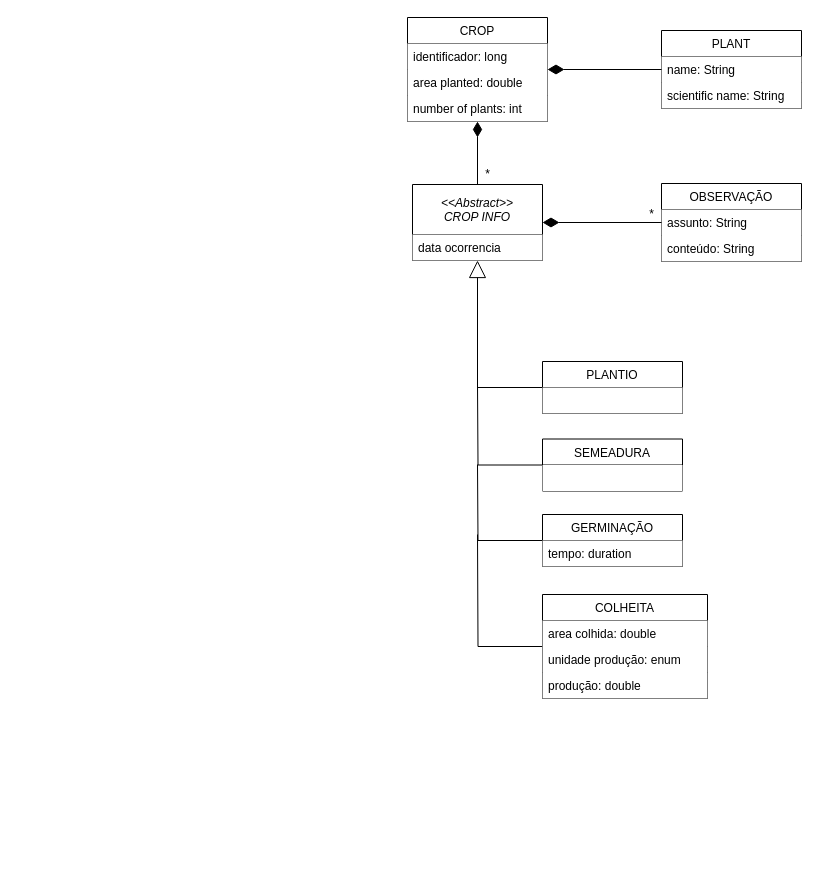
DenisJulio/crop-info-management-system keeps this draw.io diagram as page "UML" (2 of 3) of concept/plantation.drawio. Above is the earlier version. Source tidied: cells renumbered, new cells numbered last; positions are measured from the earlier drawing's top-left corner, leaving out a move shared by most shapes. Both pictures are drawn from the tidied source at 100%, with x=0, y=0 at pixel (407, 17).
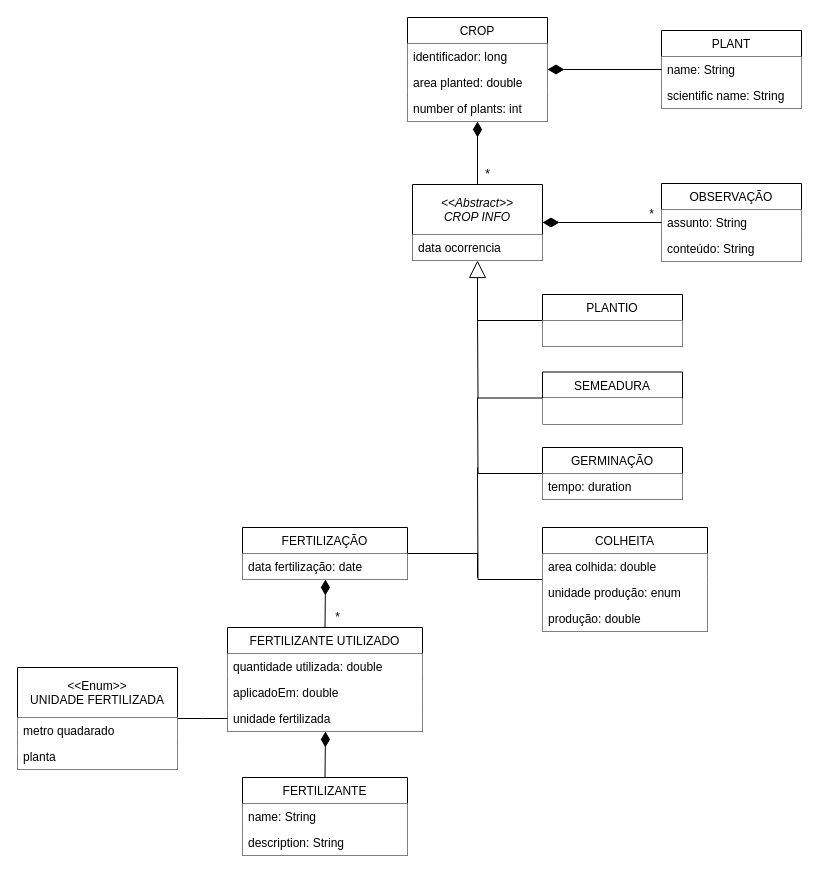
Above is the later version.

Diff of the diagram source:
```diff
@@
     <mxCell id="18" value="PLANTIO" style="swimlane;fontStyle=0;horizontal=1;startSize=26;fillColor=default;swimlaneHead=1;swimlaneBody=1;fixDash=0;movableLabel=0;comic=0;overflow=visible;strokeOpacity=100;fillOpacity=100;arcSize=15;" parent="1" vertex="1">
-      <mxGeometry x="135" y="344" width="140" height="52" as="geometry" />
+      <mxGeometry x="135" y="277" width="140" height="52" as="geometry" />
     </mxCell>
@@
     <mxCell id="20" style="edgeStyle=orthogonalEdgeStyle;rounded=0;jumpSize=6;jettySize=auto;html=1;exitX=0;exitY=0.5;exitDx=0;exitDy=0;startArrow=none;startFill=0;endArrow=none;endFill=0;startSize=14;endSize=15;sourcePerimeterSpacing=0;targetPerimeterSpacing=0;strokeWidth=1;" parent="1" edge="1" source="21">
       <mxGeometry relative="1" as="geometry">
-        <mxPoint x="70" y="367" as="targetPoint" />
+        <mxPoint x="70" y="300" as="targetPoint" />
       </mxGeometry>
     </mxCell>
     <mxCell id="21" value="SEMEADURA" style="swimlane;fontStyle=0;horizontal=1;startSize=26;fillColor=default;swimlaneHead=1;swimlaneBody=1;fixDash=0;movableLabel=0;comic=0;overflow=visible;strokeOpacity=100;fillOpacity=100;arcSize=15;" parent="1" vertex="1">
-      <mxGeometry x="135" y="421.5" width="140" height="52" as="geometry" />
+      <mxGeometry x="135" y="354.5" width="140" height="52" as="geometry" />
     </mxCell>
@@
     <mxCell id="23" style="edgeStyle=orthogonalEdgeStyle;rounded=0;jumpSize=6;jettySize=auto;html=1;exitX=0;exitY=0.5;exitDx=0;exitDy=0;startArrow=none;startFill=0;endArrow=none;endFill=0;startSize=14;endSize=15;sourcePerimeterSpacing=0;targetPerimeterSpacing=0;strokeWidth=1;" parent="1" edge="1" source="24">
       <mxGeometry relative="1" as="geometry">
-        <mxPoint x="70" y="447" as="targetPoint" />
+        <mxPoint x="70" y="380" as="targetPoint" />
       </mxGeometry>
     </mxCell>
     <mxCell id="24" value="GERMINAÇÃO" style="swimlane;fontStyle=0;horizontal=1;startSize=26;fillColor=default;swimlaneHead=1;swimlaneBody=1;fixDash=0;movableLabel=0;comic=0;overflow=visible;strokeOpacity=100;fillOpacity=100;arcSize=15;" parent="1" vertex="1">
-      <mxGeometry x="135" y="497" width="140" height="52" as="geometry" />
+      <mxGeometry x="135" y="430" width="140" height="52" as="geometry" />
     </mxCell>
@@
     <mxCell id="26" style="edgeStyle=orthogonalEdgeStyle;rounded=0;jumpSize=6;jettySize=auto;html=1;exitX=0;exitY=0.5;exitDx=0;exitDy=0;startArrow=none;startFill=0;endArrow=none;endFill=0;startSize=14;endSize=15;sourcePerimeterSpacing=0;targetPerimeterSpacing=0;strokeWidth=1;" parent="1" edge="1" source="27">
       <mxGeometry relative="1" as="geometry">
-        <mxPoint x="70" y="517" as="targetPoint" />
+        <mxPoint x="70" y="450" as="targetPoint" />
       </mxGeometry>
     </mxCell>
     <mxCell id="27" value="COLHEITA" style="swimlane;fontStyle=0;horizontal=1;startSize=26;fillColor=default;swimlaneHead=1;swimlaneBody=1;fixDash=0;movableLabel=0;comic=0;overflow=visible;strokeOpacity=100;fillOpacity=100;arcSize=15;" parent="1" vertex="1">
-      <mxGeometry x="135" y="577" width="165" height="104" as="geometry" />
+      <mxGeometry x="135" y="510" width="165" height="104" as="geometry" />
     </mxCell>
@@
+    <mxCell id="33" style="edgeStyle=elbowEdgeStyle;html=1;exitX=1;exitY=0.5;exitDx=0;exitDy=0;endArrow=none;endFill=0;rounded=0;" parent="1" edge="1" source="34">
+      <mxGeometry relative="1" as="geometry">
+        <mxPoint x="70" y="560" as="targetPoint" />
+        <Array as="points">
+          <mxPoint x="70" y="580" />
+        </Array>
+      </mxGeometry>
+    </mxCell>
+    <mxCell id="34" value="FERTILIZAÇÃO" style="swimlane;fontStyle=0;horizontal=1;startSize=26;fillColor=default;swimlaneHead=1;swimlaneBody=1;fixDash=0;movableLabel=0;comic=0;overflow=visible;strokeOpacity=100;fillOpacity=100;arcSize=15;" parent="1" vertex="1">
+      <mxGeometry x="-165" y="510" width="165" height="52" as="geometry" />
+    </mxCell>
+    <mxCell id="35" value="data fertilização: date" style="text;strokeColor=none;fillColor=default;align=left;verticalAlign=top;spacingLeft=4;spacingRight=4;overflow=hidden;" parent="34" vertex="1">
+      <mxGeometry y="26" width="165" height="26" as="geometry" />
+    </mxCell>
+    <mxCell id="36" style="edgeStyle=elbowEdgeStyle;rounded=0;html=1;exitX=0.5;exitY=0;exitDx=0;exitDy=0;entryX=0.5;entryY=1;entryDx=0;entryDy=0;endArrow=diamondThin;endFill=1;endSize=13;" parent="1" edge="1" source="37" target="34">
+      <mxGeometry relative="1" as="geometry" />
+    </mxCell>
+    <mxCell id="37" value="FERTILIZANTE UTILIZADO" style="swimlane;fontStyle=0;horizontal=1;startSize=26;fillColor=default;swimlaneHead=1;swimlaneBody=1;fixDash=0;movableLabel=0;comic=0;overflow=visible;strokeOpacity=100;fillOpacity=100;arcSize=15;" parent="1" vertex="1">
+      <mxGeometry x="-180" y="610" width="195" height="104" as="geometry" />
+    </mxCell>
+    <mxCell id="38" value="quantidade utilizada: double" style="text;strokeColor=none;fillColor=default;align=left;verticalAlign=top;spacingLeft=4;spacingRight=4;overflow=hidden;" parent="37" vertex="1">
+      <mxGeometry y="26" width="195" height="26" as="geometry" />
+    </mxCell>
+    <mxCell id="39" value="aplicadoEm: double" style="text;strokeColor=none;fillColor=default;align=left;verticalAlign=top;spacingLeft=4;spacingRight=4;overflow=hidden;" parent="37" vertex="1">
+      <mxGeometry y="52" width="195" height="26" as="geometry" />
+    </mxCell>
+    <mxCell id="40" value="unidade fertilizada" style="text;strokeColor=none;fillColor=default;align=left;verticalAlign=top;spacingLeft=4;spacingRight=4;overflow=hidden;points=[[0,0.5],[1,0.5]];portConstraint=eastwest;" parent="37" vertex="1">
+      <mxGeometry y="78" width="195" height="26" as="geometry" />
+    </mxCell>
+    <mxCell id="41" style="edgeStyle=elbowEdgeStyle;rounded=0;html=1;exitX=0.5;exitY=0;exitDx=0;exitDy=0;entryX=0.5;entryY=1;entryDx=0;entryDy=0;endArrow=diamondThin;endFill=1;endSize=13;" parent="1" edge="1" source="42" target="37">
+      <mxGeometry relative="1" as="geometry" />
+    </mxCell>
+    <mxCell id="42" value="FERTILIZANTE" style="swimlane;fontStyle=0;horizontal=1;startSize=26;fillColor=default;swimlaneHead=1;swimlaneBody=1;fixDash=0;movableLabel=0;comic=0;overflow=visible;strokeOpacity=100;fillOpacity=100;arcSize=15;" parent="1" vertex="1">
+      <mxGeometry x="-165" y="760" width="165" height="78" as="geometry" />
+    </mxCell>
+    <mxCell id="43" value="name: String" style="text;strokeColor=none;fillColor=default;align=left;verticalAlign=top;spacingLeft=4;spacingRight=4;overflow=hidden;" parent="42" vertex="1">
+      <mxGeometry y="26" width="165" height="26" as="geometry" />
+    </mxCell>
+    <mxCell id="44" value="description: String" style="text;strokeColor=none;fillColor=default;align=left;verticalAlign=top;spacingLeft=4;spacingRight=4;overflow=hidden;" parent="42" vertex="1">
+      <mxGeometry y="52" width="165" height="26" as="geometry" />
+    </mxCell>
+    <mxCell id="45" value="*" style="text;html=1;align=center;verticalAlign=middle;strokeColor=none;fillColor=none;" parent="1" vertex="1">
+      <mxGeometry x="-80" y="590" width="20" height="20" as="geometry" />
+    </mxCell>
+    <mxCell id="46" style="edgeStyle=elbowEdgeStyle;rounded=0;html=1;exitX=1;exitY=0.5;exitDx=0;exitDy=0;entryX=0;entryY=0.5;entryDx=0;entryDy=0;endArrow=none;endFill=0;endSize=13;" parent="1" edge="1" source="47" target="40">
+      <mxGeometry relative="1" as="geometry" />
+    </mxCell>
+    <mxCell id="47" value="&lt;&lt;Enum&gt;&gt;&#10;UNIDADE FERTILIZADA" style="swimlane;fontStyle=0;horizontal=1;startSize=50;fillColor=default;swimlaneHead=1;swimlaneBody=1;fixDash=0;movableLabel=0;comic=0;overflow=visible;strokeOpacity=100;fillOpacity=100;arcSize=15;" parent="1" vertex="1">
+      <mxGeometry x="-390" y="650" width="160" height="102" as="geometry" />
+    </mxCell>
+    <mxCell id="48" value="metro quadarado" style="text;strokeColor=none;fillColor=default;align=left;verticalAlign=top;spacingLeft=4;spacingRight=4;overflow=hidden;" parent="47" vertex="1">
+      <mxGeometry y="50" width="160" height="26" as="geometry" />
+    </mxCell>
+    <mxCell id="49" value="planta" style="text;strokeColor=none;fillColor=default;align=left;verticalAlign=top;spacingLeft=4;spacingRight=4;overflow=hidden;" parent="47" vertex="1">
+      <mxGeometry y="76" width="160" height="26" as="geometry" />
+    </mxCell>
```
